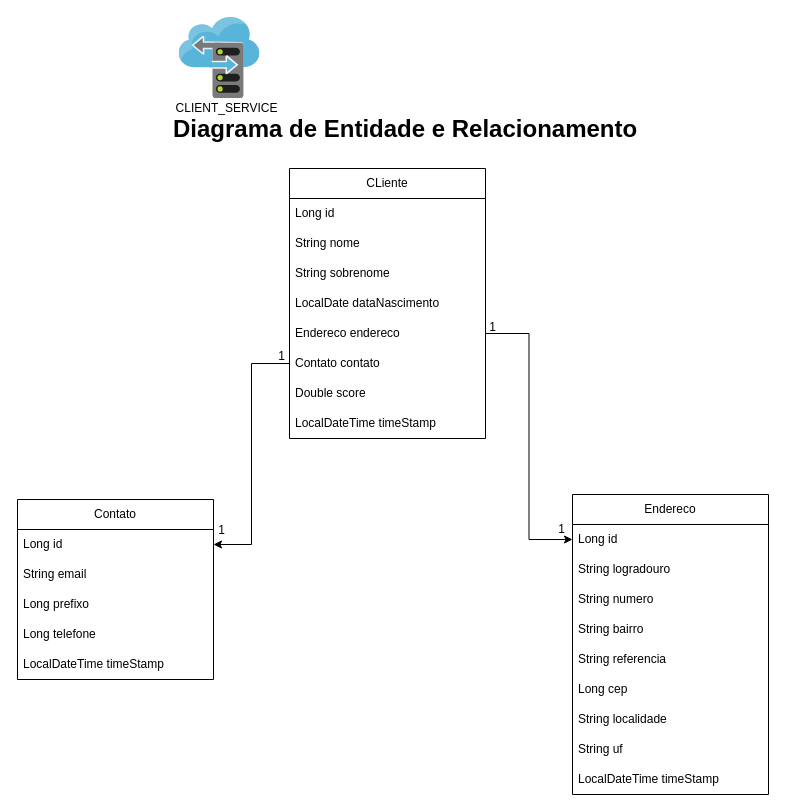
This is page "Diagrama de Client_Service Nível 3" (5 of 8) of Documentação/Diagrama de funcionamento.drawio from marcelquin/BancoFake, a draw.io file, before an edit. Source tidied: cells renumbered, new cells numbered last; positions are measured from the earlier drawing's top-left corner, leaving out a move shared by most shapes. Both pictures are drawn from the tidied source at 100%, with x=0, y=0 at pixel (17, 17).
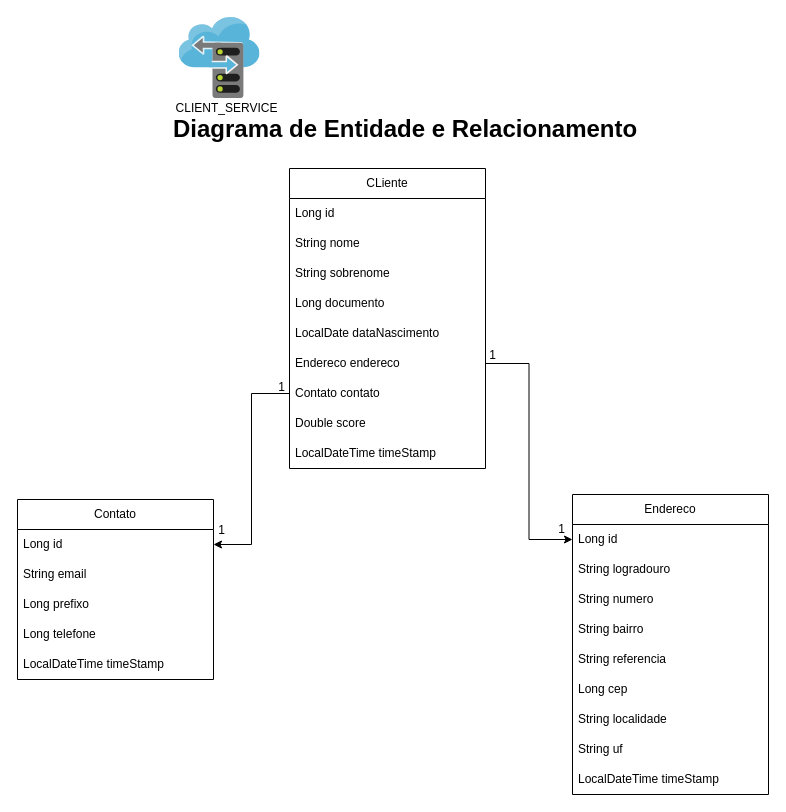
After the change.

Change to the diagram source:
```diff
@@
     <mxCell id="6" value="CLiente" style="swimlane;fontStyle=0;horizontal=1;startSize=30;whiteSpace=wrap;html=1;" parent="1" vertex="1">
-      <mxGeometry x="272" y="151" width="196" height="270" as="geometry" />
+      <mxGeometry x="272" y="151" width="196" height="300" as="geometry" />
     </mxCell>
@@
+    <mxCell id="37" value="Long documento" style="text;strokeColor=none;fillColor=none;align=left;verticalAlign=middle;spacingLeft=4;spacingRight=4;overflow=hidden;whiteSpace=wrap;html=1;" parent="6" vertex="1">
+      <mxGeometry y="120" width="196" height="30" as="geometry" />
+    </mxCell>
     <mxCell id="10" value="LocalDate dataNascimento" style="text;strokeColor=none;fillColor=none;align=left;verticalAlign=middle;spacingLeft=4;spacingRight=4;overflow=hidden;whiteSpace=wrap;html=1;" parent="6" vertex="1">
-      <mxGeometry y="120" width="196" height="30" as="geometry" />
+      <mxGeometry y="150" width="196" height="30" as="geometry" />
     </mxCell>
     <mxCell id="11" value="Endereco endereco" style="text;strokeColor=none;fillColor=none;align=left;verticalAlign=middle;spacingLeft=4;spacingRight=4;overflow=hidden;points=[[0,0.5],[1,0.5]];portConstraint=eastwest;whiteSpace=wrap;html=1;" parent="6" vertex="1">
-      <mxGeometry y="150" width="196" height="30" as="geometry" />
+      <mxGeometry y="180" width="196" height="30" as="geometry" />
     </mxCell>
     <mxCell id="12" value="Contato contato" style="text;strokeColor=none;fillColor=none;align=left;verticalAlign=middle;spacingLeft=4;spacingRight=4;overflow=hidden;points=[[0,0.5],[1,0.5]];portConstraint=eastwest;whiteSpace=wrap;html=1;" parent="6" vertex="1">
-      <mxGeometry y="180" width="196" height="30" as="geometry" />
+      <mxGeometry y="210" width="196" height="30" as="geometry" />
     </mxCell>
     <mxCell id="13" value="Double score" style="text;strokeColor=none;fillColor=none;align=left;verticalAlign=middle;spacingLeft=4;spacingRight=4;overflow=hidden;whiteSpace=wrap;html=1;" parent="6" vertex="1">
-      <mxGeometry y="210" width="196" height="30" as="geometry" />
+      <mxGeometry y="240" width="196" height="30" as="geometry" />
     </mxCell>
     <mxCell id="14" value="LocalDateTime timeStamp" style="text;strokeColor=none;fillColor=none;align=left;verticalAlign=middle;spacingLeft=4;spacingRight=4;overflow=hidden;whiteSpace=wrap;html=1;" parent="6" vertex="1">
-      <mxGeometry y="240" width="196" height="30" as="geometry" />
+      <mxGeometry y="270" width="196" height="30" as="geometry" />
     </mxCell>
@@
     <mxCell id="33" value="1" style="text;html=1;align=center;verticalAlign=middle;strokeColor=none;fillColor=none;" parent="1" vertex="1">
-      <mxGeometry x="251" y="326" width="25" height="26" as="geometry" />
+      <mxGeometry x="251" y="357" width="25" height="26" as="geometry" />
     </mxCell>
@@
     <mxCell id="35" value="1" style="text;html=1;align=center;verticalAlign=middle;strokeColor=none;fillColor=none;" parent="1" vertex="1">
-      <mxGeometry x="462" y="297" width="25" height="26" as="geometry" />
+      <mxGeometry x="462" y="325" width="25" height="26" as="geometry" />
     </mxCell>
```
